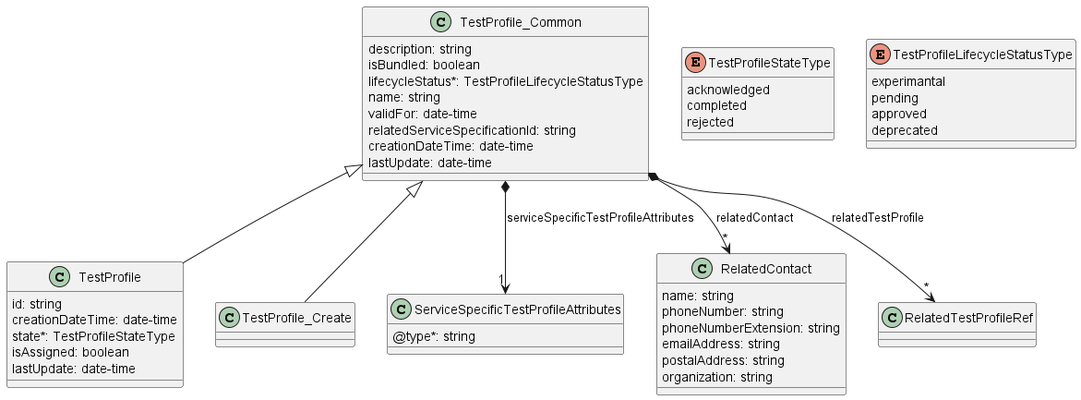
The PlantUML diagram documentation/serviceApi/sft/serviceTest/media/testProfileModel.png in MEF-GIT/MEF-LSO-Legato-SDK, before a commit.
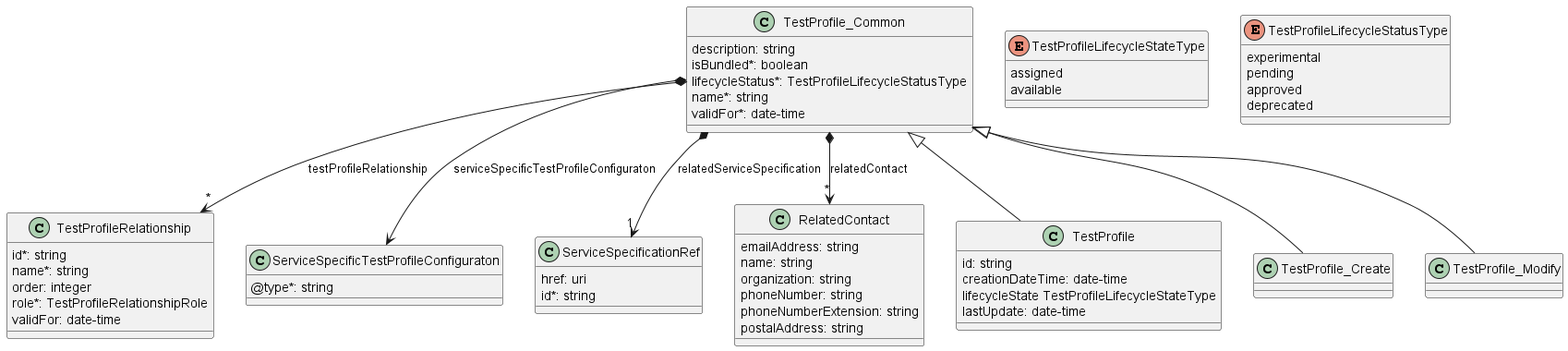
The same file after the commit.

Change to the diagram source:
```diff
@@ -1,56 +1,83 @@
 @startuml testProfileModel
 
+class TestProfile_Common {
+
+    description: string
+    isBundled*: boolean
+    lifecycleStatus*: TestProfileLifecycleStatusType
+    name*: string
+    validFor*: date-time
+}
+
+TestProfile_Common *-->"*" TestProfileRelationship : testProfileRelationship
+TestProfile_Common *--> ServiceSpecificTestProfileConfiguraton : serviceSpecificTestProfileConfiguraton
+TestProfile_Common *-->"1" ServiceSpecificationRef : relatedServiceSpecification
+TestProfile_Common *-->"*" RelatedContact : relatedContact
+
 class TestProfile {
+
     id: string
     creationDateTime: date-time
-    state*: TestProfileStateType
-    isAssigned: boolean
+    lifecycleState TestProfileLifecycleStateType
     lastUpdate: date-time
 }
-
-class TestProfile_Common {
-    description: string
-    isBundled: boolean
-    lifecycleStatus*: TestProfileLifecycleStatusType
-    name: string
-    validFor: date-time
-    relatedServiceSpecificationId: string
-    creationDateTime: date-time
-    lastUpdate: date-time
-}
-TestProfile_Common <|-- TestProfile_Create
 TestProfile_Common <|-- TestProfile
 
-enum TestProfileStateType {
 
-    acknowledged
-    completed
-    rejected
+
+enum TestProfileLifecycleStateType {
+
+    assigned
+    available
 }
+enum TestProfileLifecycleStatusType {
 
-enum TestProfileLifecycleStatusType {
-    experimantal
+    experimental
     pending
     approved
     deprecated
 }
 
-class ServiceSpecificTestProfileAttributes {
+class TestProfileRelationship {
+
+    id*: string
+    name*: string
+    order: integer
+    role*: TestProfileRelationshipRole
+    validFor: date-time
+}
+
+class ServiceSpecificTestProfileConfiguraton {
+
     @type*: string
 }
+
+class ServiceSpecificationRef {
+
+    href: uri
+    id*: string
+}
+
 class RelatedContact {
 
+    emailAddress: string
     name: string
+    organization: string
     phoneNumber: string
     phoneNumberExtension: string
-    emailAddress: string
     postalAddress: string
-    organization: string
 }
 
-TestProfile_Common *-->"1" ServiceSpecificTestProfileAttributes : serviceSpecificTestProfileAttributes
-TestProfile_Common *-->"*" RelatedContact : relatedContact
-TestProfile_Common *-->"*" RelatedTestProfileRef : relatedTestProfile
+class TestProfile_Create {
+
+}
+TestProfile_Common <|-- TestProfile_Create
 
 
+
+class TestProfile_Modify {
+
+}
+TestProfile_Common <|-- TestProfile_Modify
+
 @enduml
```
